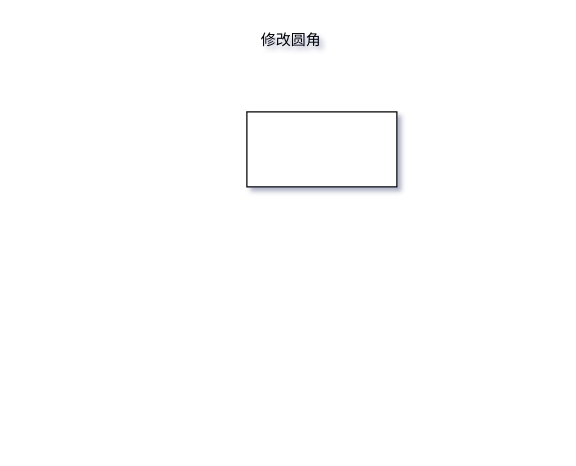
The draw.io diagram 绘图记录/DE.drawio in studyrohan/BSpline_learn, before the edit. Source tidied: cells renumbered, new cells numbered last; positions are measured from the earlier drawing's top-left corner, leaving out a move shared by most shapes. Both pictures are drawn from the tidied source at 125%, with x=0, y=0 at pixel (246, 21).
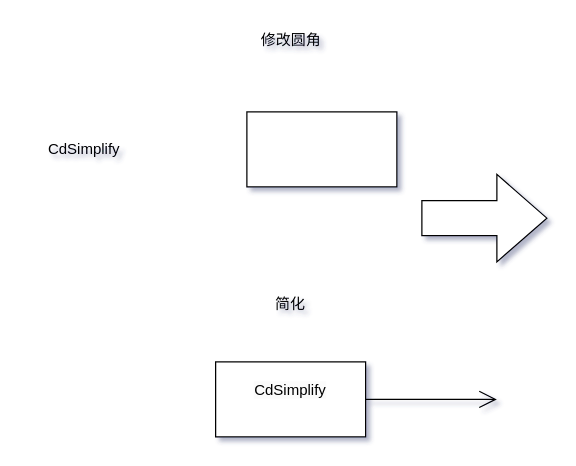
The same diagram, later.

Diff of the diagram source:
```diff
@@
 <mxGraphModel shadow="1">
   <root>
     <mxCell id="0" />
     <mxCell id="1" parent="0" />
     <mxCell id="2" style="rounded=0;whiteSpace=wrap;html=1;" parent="1" vertex="1">
       <mxGeometry y="72" width="120" height="60" as="geometry" />
     </mxCell>
     <mxCell id="3" value="修改圆角" style="text;html=1;align=center;verticalAlign=middle;strokeColor=none;fillColor=none;" parent="1" vertex="1">
       <mxGeometry width="70" height="30" as="geometry" />
     </mxCell>
+    <mxCell id="4" value="简化" style="text;html=1;align=center;verticalAlign=middle;whiteSpace=wrap;rounded=0;" parent="1" vertex="1">
+      <mxGeometry x="5" y="211" width="60" height="30" as="geometry" />
+    </mxCell>
+    <mxCell id="5" value="CdSimplify" style="rounded=0;whiteSpace=wrap;html=1;fillColor=none;strokeColor=none;" parent="1" vertex="1">
+      <mxGeometry x="-180" y="72" width="100" height="60" as="geometry" />
+    </mxCell>
+    <mxCell id="6" value="&#10;&lt;span style=&quot;color: rgb(0, 0, 0); font-family: Helvetica; font-size: 12px; font-style: normal; font-variant-ligatures: normal; font-variant-caps: normal; font-weight: 400; letter-spacing: normal; orphans: 2; text-align: center; text-indent: 0px; text-transform: none; widows: 2; word-spacing: 0px; -webkit-text-stroke-width: 0px; white-space: normal; background-color: rgb(251, 251, 251); text-decoration-thickness: initial; text-decoration-style: initial; text-decoration-color: initial; display: inline !important; float: none;&quot;&gt;CdSimplify&lt;/span&gt;&#10;&#10;" style="rounded=0;whiteSpace=wrap;html=1;points=[[0,0,0,0,0],[0,0.25,0,0,0],[0,0.5,0,0,0],[0,0.75,0,0,0],[0,1,0,0,0],[0.25,0,0,0,0],[0.25,1,0,0,0],[0.5,0,0,0,0],[0.5,1,0,0,0],[0.75,0,0,0,0],[0.75,1,0,0,0],[1,0,0,0,0],[1,0.25,0,0,0],[1,0.5,0,0,0],[1,0.75,0,0,0],[1,1,0,0,0]];" parent="1" vertex="1">
+      <mxGeometry x="-25" y="272" width="120" height="60" as="geometry" />
+    </mxCell>
+    <mxCell id="7" style="html=1;shadow=0;dashed=0;align=center;verticalAlign=middle;shape=mxgraph.arrows2.arrow;dy=0.6;dx=40;notch=0;" parent="1" vertex="1">
+      <mxGeometry x="140" y="122" width="100" height="70" as="geometry" />
+    </mxCell>
+    <mxCell id="8" style="endArrow=open;endFill=1;endSize=12;html=1;rounded=0;exitX=1;exitY=0.5;exitDx=0;exitDy=0;exitPerimeter=0;" parent="1" edge="1" source="6">
+      <mxGeometry relative="1" as="geometry">
+        <mxPoint x="200" y="302" as="targetPoint" />
+      </mxGeometry>
+    </mxCell>
   </root>
 </mxGraphModel>
```
